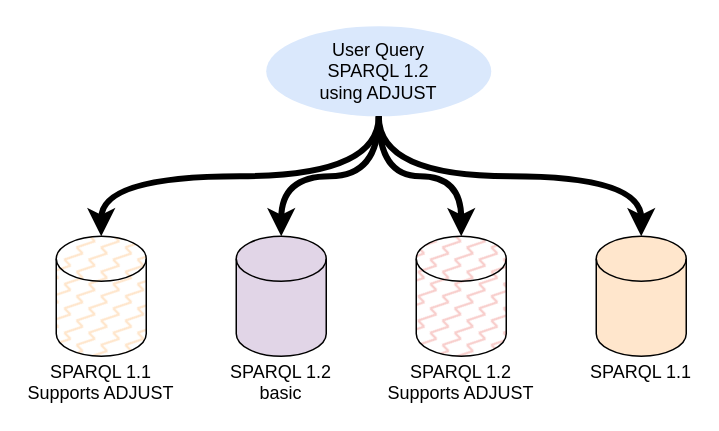
Above: page "federation" (2 of 2) of content/img/traqula.drawio in Michiel-VandeVelde/Thesis (draw.io), before the change. Source tidied: cells renumbered, new cells numbered last; positions are measured from the earlier drawing's top-left corner, leaving out a move shared by most shapes. Both pictures are drawn from the tidied source at 150%, with x=0, y=0 at pixel (26, 26).
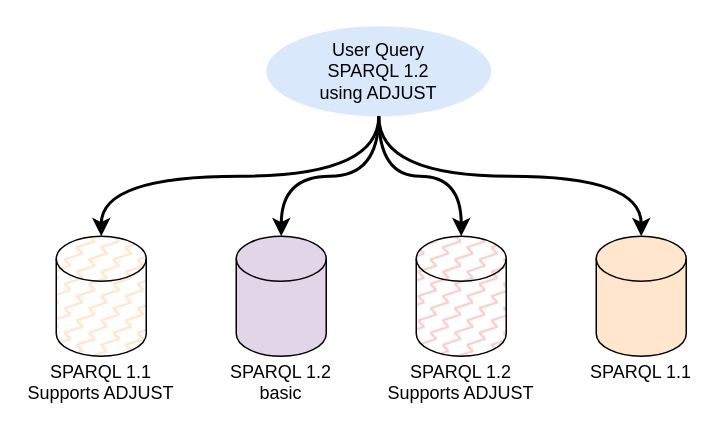
The same diagram, later.

Change to the diagram source:
```diff
@@
 <mxGraphModel>
   <root>
     <mxCell id="0" />
     <mxCell id="1" parent="0" />
     <mxCell id="2" value="User Query&lt;br&gt;SPARQL 1.2&lt;br&gt;using ADJUST" style="ellipse;whiteSpace=wrap;html=1;fillColor=#dae8fc;strokeColor=none;" parent="1" vertex="1">
       <mxGeometry x="160" width="150" height="60" as="geometry" />
     </mxCell>
-    <mxCell id="3" style="edgeStyle=orthogonalEdgeStyle;rounded=0;jettySize=auto;html=1;entryX=0.5;entryY=0;entryDx=0;entryDy=0;entryPerimeter=0;curved=1;exitX=0.5;exitY=1;exitDx=0;exitDy=0;strokeWidth=4;" parent="1" edge="1" source="2" target="9">
+    <mxCell id="3" style="edgeStyle=orthogonalEdgeStyle;rounded=0;jettySize=auto;html=1;entryX=0.5;entryY=0;entryDx=0;entryDy=0;entryPerimeter=0;curved=1;exitX=0.5;exitY=1;exitDx=0;exitDy=0;strokeWidth=2;" parent="1" edge="1" source="2" target="9">
       <mxGeometry relative="1" as="geometry" />
     </mxCell>
-    <mxCell id="4" style="edgeStyle=orthogonalEdgeStyle;rounded=0;jettySize=auto;html=1;entryX=0.5;entryY=0;entryDx=0;entryDy=0;entryPerimeter=0;strokeWidth=4;curved=1;" parent="1" edge="1" source="2" target="8">
+    <mxCell id="4" style="edgeStyle=orthogonalEdgeStyle;rounded=0;jettySize=auto;html=1;entryX=0.5;entryY=0;entryDx=0;entryDy=0;entryPerimeter=0;strokeWidth=2;curved=1;" parent="1" edge="1" source="2" target="8">
       <mxGeometry relative="1" as="geometry" />
     </mxCell>
-    <mxCell id="5" style="edgeStyle=orthogonalEdgeStyle;rounded=0;jettySize=auto;html=1;entryX=0.5;entryY=0;entryDx=0;entryDy=0;entryPerimeter=0;curved=1;exitX=0.5;exitY=1;exitDx=0;exitDy=0;strokeWidth=4;" parent="1" edge="1" source="2" target="7">
+    <mxCell id="5" style="edgeStyle=orthogonalEdgeStyle;rounded=0;jettySize=auto;html=1;entryX=0.5;entryY=0;entryDx=0;entryDy=0;entryPerimeter=0;curved=1;exitX=0.5;exitY=1;exitDx=0;exitDy=0;strokeWidth=2;" parent="1" edge="1" source="2" target="7">
       <mxGeometry relative="1" as="geometry" />
     </mxCell>
-    <mxCell id="6" style="edgeStyle=orthogonalEdgeStyle;rounded=0;jettySize=auto;html=1;entryX=0.5;entryY=0;entryDx=0;entryDy=0;entryPerimeter=0;curved=1;strokeWidth=4;exitX=0.5;exitY=1;exitDx=0;exitDy=0;" parent="1" edge="1" source="2" target="13">
+    <mxCell id="6" style="edgeStyle=orthogonalEdgeStyle;rounded=0;jettySize=auto;html=1;entryX=0.5;entryY=0;entryDx=0;entryDy=0;entryPerimeter=0;curved=1;strokeWidth=2;exitX=0.5;exitY=1;exitDx=0;exitDy=0;" parent="1" edge="1" source="2" target="13">
       <mxGeometry relative="1" as="geometry" />
     </mxCell>
     <mxCell id="7" style="shape=cylinder3;whiteSpace=wrap;html=1;boundedLbl=1;backgroundOutline=1;size=15;fillColor=#ffe6cc;strokeColor=default;shadow=0;fillStyle=zigzag-line;" parent="1" vertex="1">
       <mxGeometry x="20" y="140" width="60" height="80" as="geometry" />
     </mxCell>
     <mxCell id="8" style="shape=cylinder3;whiteSpace=wrap;html=1;boundedLbl=1;backgroundOutline=1;size=15;fillColor=#e1d5e7;strokeColor=default;" parent="1" vertex="1">
       <mxGeometry x="140" y="140" width="60" height="80" as="geometry" />
     </mxCell>
     <mxCell id="9" style="shape=cylinder3;whiteSpace=wrap;html=1;boundedLbl=1;backgroundOutline=1;size=15;fillColor=#f8cecc;strokeColor=default;fillStyle=zigzag-line;" parent="1" vertex="1">
       <mxGeometry x="260" y="140" width="60" height="80" as="geometry" />
     </mxCell>
     <mxCell id="10" value="&lt;div&gt;SPARQL 1.1&lt;/div&gt;Supports ADJUST" style="text;html=1;whiteSpace=wrap;strokeColor=none;fillColor=none;align=center;verticalAlign=top;rounded=0;" parent="1" vertex="1">
       <mxGeometry y="217" width="100" height="30" as="geometry" />
     </mxCell>
     <mxCell id="11" value="SPARQL 1.2 basic" style="text;html=1;whiteSpace=wrap;strokeColor=none;fillColor=none;align=center;verticalAlign=top;rounded=0;" parent="1" vertex="1">
       <mxGeometry x="120" y="217" width="100" height="30" as="geometry" />
     </mxCell>
     <mxCell id="12" value="&lt;div&gt;SPARQL 1.2&lt;/div&gt;Supports ADJUST" style="text;html=1;whiteSpace=wrap;strokeColor=none;fillColor=none;align=center;verticalAlign=top;rounded=0;" parent="1" vertex="1">
       <mxGeometry x="240" y="217" width="100" height="30" as="geometry" />
     </mxCell>
     <mxCell id="13" style="shape=cylinder3;whiteSpace=wrap;html=1;boundedLbl=1;backgroundOutline=1;size=15;fillColor=#ffe6cc;strokeColor=default;" parent="1" vertex="1">
       <mxGeometry x="380" y="140" width="60" height="80" as="geometry" />
     </mxCell>
     <mxCell id="14" value="SPARQL 1.1" style="text;html=1;whiteSpace=wrap;strokeColor=none;fillColor=none;align=center;verticalAlign=top;rounded=0;" parent="1" vertex="1">
       <mxGeometry x="375" y="217" width="70" height="30" as="geometry" />
     </mxCell>
   </root>
 </mxGraphModel>
```
